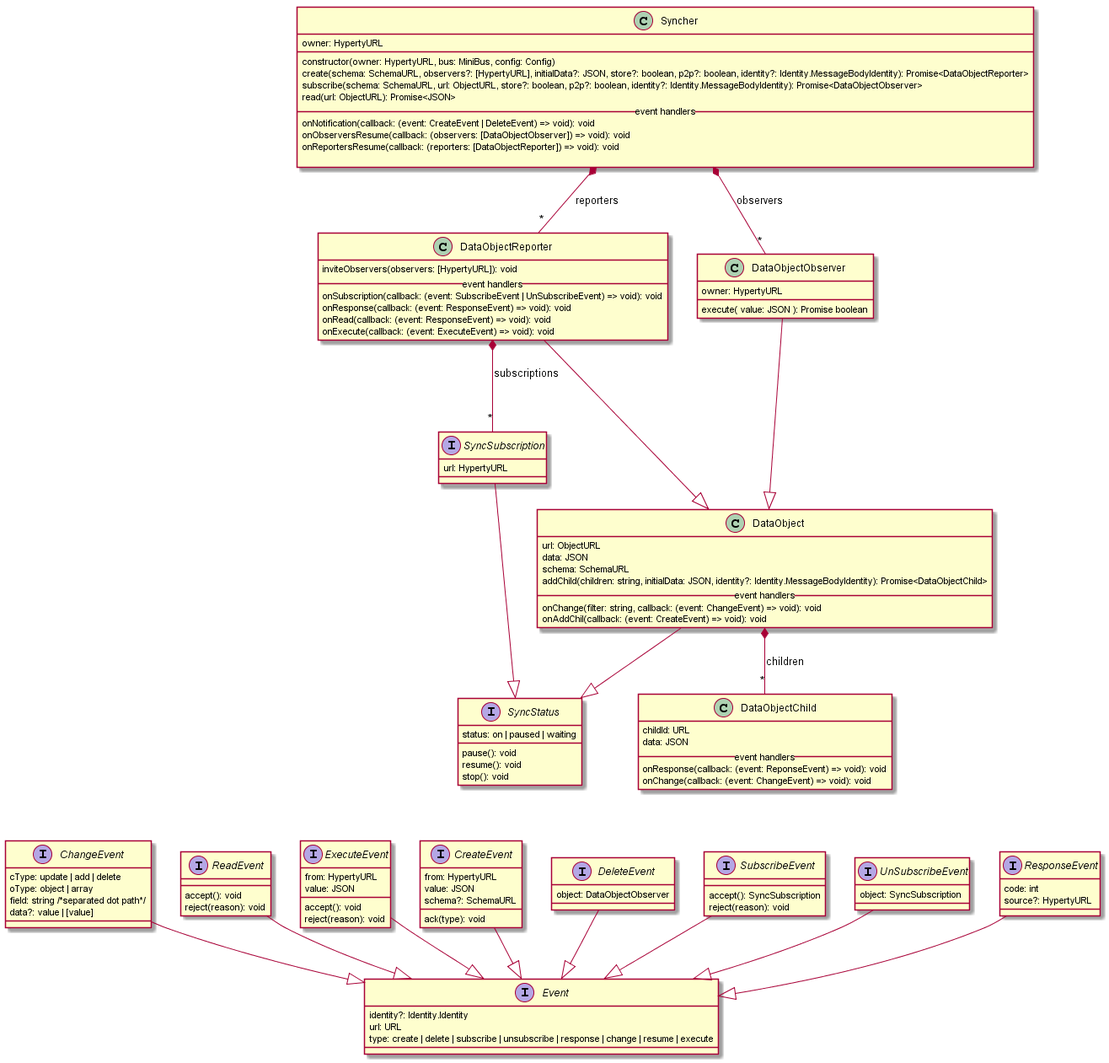
This is service-framework/SyncherAPI.png from reTHINK-project/specs, a PlantUML export, as it was before one commit.
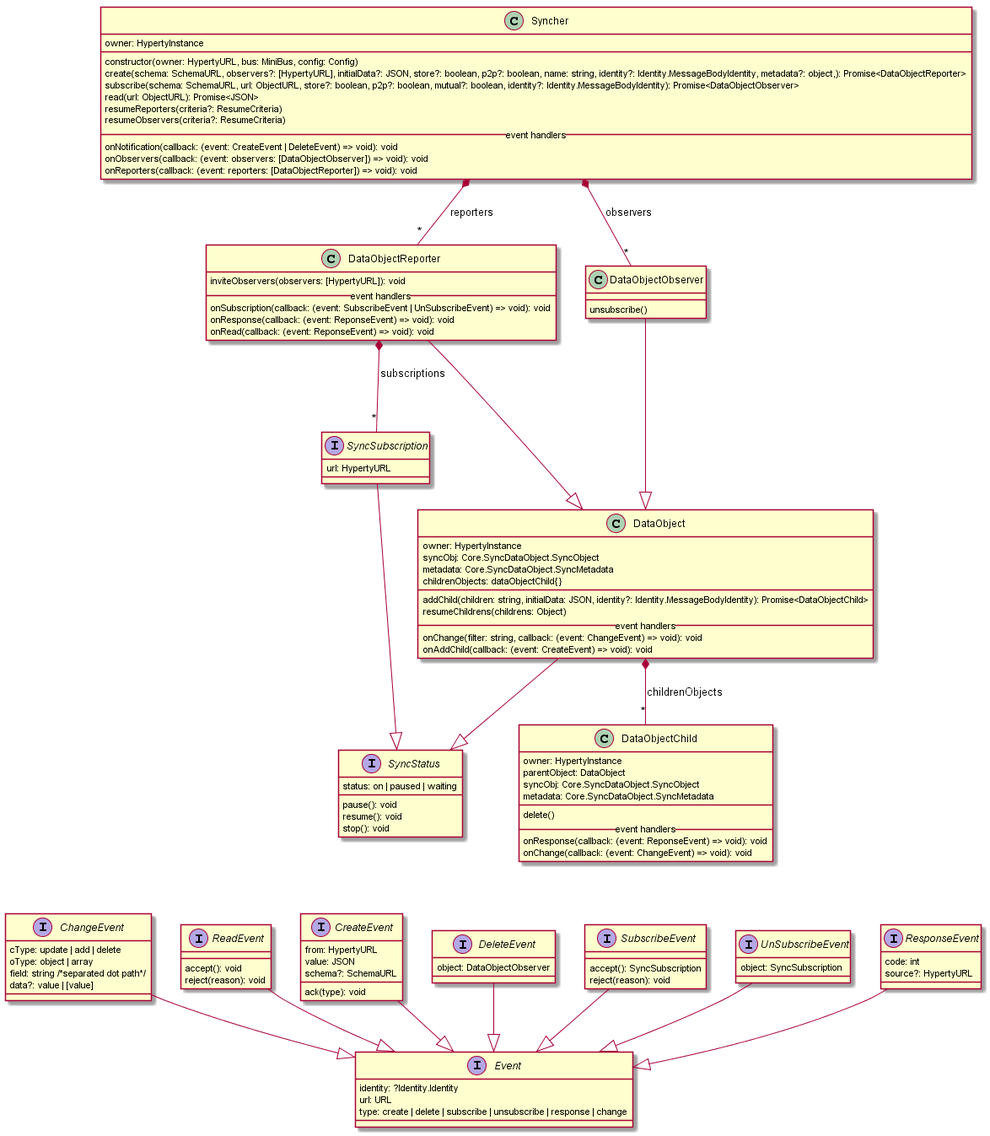
The same file after the commit.

What changed in the source:
```diff
@@ -12,32 +12,40 @@
 }
 
 class Syncher {
-  owner: HypertyURL
+  owner: HypertyInstance
   __
   constructor(owner: HypertyURL, bus: MiniBus, config: Config)
-  create(schema: SchemaURL, observers?: [HypertyURL], initialData?: JSON, store?: boolean, p2p?: boolean, identity?: Identity.MessageBodyIdentity): Promise<DataObjectReporter>
-  subscribe(schema: SchemaURL, url: ObjectURL, store?: boolean, p2p?: boolean, identity?: Identity.MessageBodyIdentity): Promise<DataObjectObserver>
+  create(schema: SchemaURL, observers?: [HypertyURL], initialData?: JSON, store?: boolean, p2p?: boolean, name: string, identity?: Identity.MessageBodyIdentity, metadata?: object,): Promise<DataObjectReporter>
+  subscribe(schema: SchemaURL, url: ObjectURL, store?: boolean, p2p?: boolean, mutual?: boolean, identity?: Identity.MessageBodyIdentity): Promise<DataObjectObserver>
   read(url: ObjectURL): Promise<JSON>
+  resumeReporters(criteria?: ResumeCriteria)
+  resumeObservers(criteria?: ResumeCriteria)
   __ event handlers __
   onNotification(callback: (event: CreateEvent | DeleteEvent) => void): void
-  onObserversResume(callback: (observers: [DataObjectObserver]) => void): void
-  onReportersResume(callback: (reporters: [DataObjectReporter]) => void): void
-
+  onObservers(callback: (event: observers: [DataObjectObserver]) => void): void
+  onReporters(callback: (event: reporters: [DataObjectReporter]) => void): void
 }
 
 class DataObject {
-  url: ObjectURL
-  data: JSON
-  schema: SchemaURL
+  owner: HypertyInstance
+  syncObj: Core.SyncDataObject.SyncObject
+  metadata: Core.SyncDataObject.SyncMetadata
+  childrenObjects: dataObjectChild{}
+  __
   addChild(children: string, initialData: JSON, identity?: Identity.MessageBodyIdentity): Promise<DataObjectChild>
+  resumeChildrens(childrens: Object)
   __ event handlers __
   onChange(filter: string, callback: (event: ChangeEvent) => void): void
-  onAddChil(callback: (event: CreateEvent) => void): void
+  onAddChild(callback: (event: CreateEvent) => void): void
 }
 
 class DataObjectChild {
-  childId: URL
-  data: JSON
+  owner: HypertyInstance
+  parentObject: DataObject
+  syncObj: Core.SyncDataObject.SyncObject
+  metadata: Core.SyncDataObject.SyncMetadata
+  __
+  delete()
   __ event handlers __
   onResponse(callback: (event: ReponseEvent) => void): void
   onChange(callback: (event: ChangeEvent) => void): void
@@ -47,20 +55,19 @@
   inviteObservers(observers: [HypertyURL]): void
   __ event handlers __
   onSubscription(callback: (event: SubscribeEvent | UnSubscribeEvent) => void): void
-  onResponse(callback: (event: ResponseEvent) => void): void
-  onRead(callback: (event: ResponseEvent) => void): void
-  onExecute(callback: (event: ExecuteEvent) => void): void
+  onResponse(callback: (event: ReponseEvent) => void): void
+  onRead(callback: (event: ReponseEvent) => void): void
 }
 
 class DataObjectObserver {
-  owner: HypertyURL
-  execute( value: JSON ): Promise boolean
+__
+unsubscribe()
 }
 
 interface Event {
-  identity?: Identity.Identity
+  identity: ?Identity.Identity
   url: URL
-  type: create | delete | subscribe | unsubscribe | response | change | resume | execute
+  type: create | delete | subscribe | unsubscribe | response | change
 }
 
 interface CreateEvent {
@@ -100,14 +107,6 @@
   reject(reason): void
 }
 
-
-interface ExecuteEvent {
-  from: HypertyURL
-  value: JSON
-  accept(): void
-  reject(reason): void
-}
-
 CreateEvent --|> Event
 DeleteEvent --|> Event
 SubscribeEvent --|> Event
@@ -115,12 +114,11 @@
 ResponseEvent --|> Event
 ChangeEvent --|> Event
 ReadEvent --|> Event
-ExecuteEvent --|> Event
 
 SyncSubscription --|> SyncStatus
 
 DataObject --|> SyncStatus
-DataObject *--"*" DataObjectChild:children
+DataObject *--"*" DataObjectChild:childrenObjects
 
 DataObjectObserver ---|> DataObject
 
```
